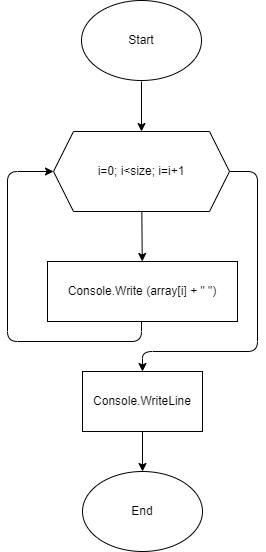
This is 3.ShowArray.drawio.png from wdlts/EXAMINATION_CSHARP, a draw.io export, as it was before one commit. Source tidied: cells renumbered, new cells last; positions are measured from the earlier drawing's top-left corner, leaving out a move shared by most shapes.
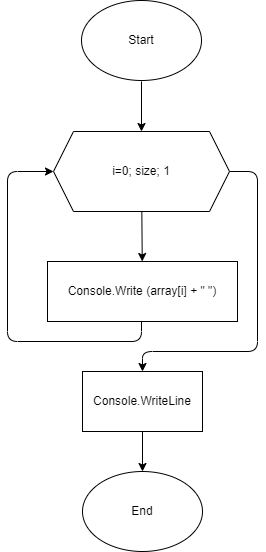
The same file after the commit.

What changed in the source:
```diff
@@ -19,7 +19,7 @@
         </Array>
       </mxGeometry>
     </mxCell>
-    <mxCell id="5" value="&lt;span&gt;i=0; i&amp;lt;size; i=i&lt;/span&gt;&lt;span&gt;+1&lt;/span&gt;" style="shape=hexagon;perimeter=hexagonPerimeter2;whiteSpace=wrap;html=1;fixedSize=1;" parent="1" vertex="1">
+    <mxCell id="5" value="i=0; size; 1" style="shape=hexagon;perimeter=hexagonPerimeter2;whiteSpace=wrap;html=1;fixedSize=1;" parent="1" vertex="1">
       <mxGeometry x="46" y="131" width="176" height="80" as="geometry" />
     </mxCell>
     <mxCell id="6" style="edgeStyle=orthogonalEdgeStyle;html=1;entryX=0;entryY=0.5;entryDx=0;entryDy=0;" parent="1" edge="1" source="7" target="5">
```
